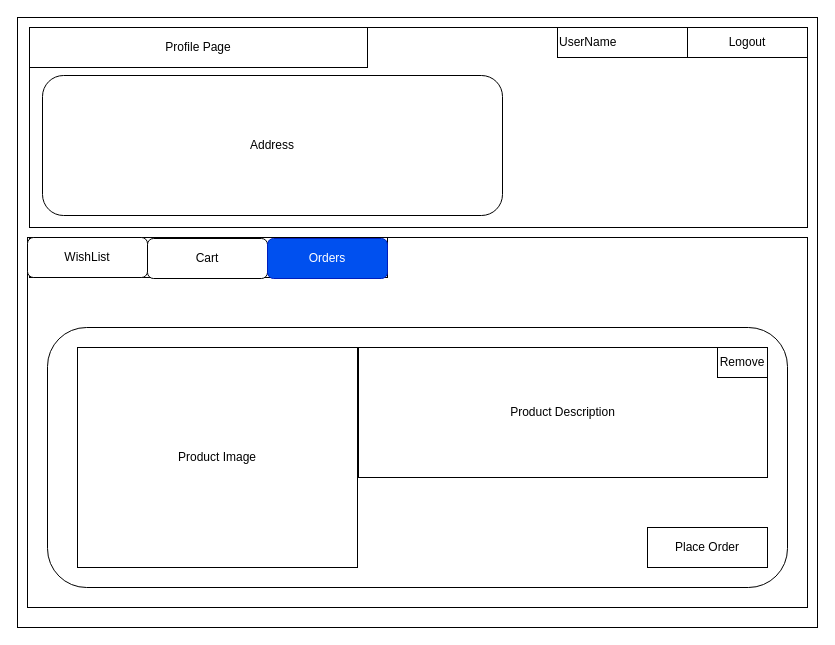
AlphacodelabsDemo/E-Commerce-App keeps this draw.io diagram as Orders-ms-wireframe.drawio. Above is the earlier version. Source tidied: cells renumbered, new cells numbered last; positions are measured from the earlier drawing's top-left corner, leaving out a move shared by most shapes. Both pictures are drawn from the tidied source at 100%, with x=0, y=0 at pixel (17, 17).
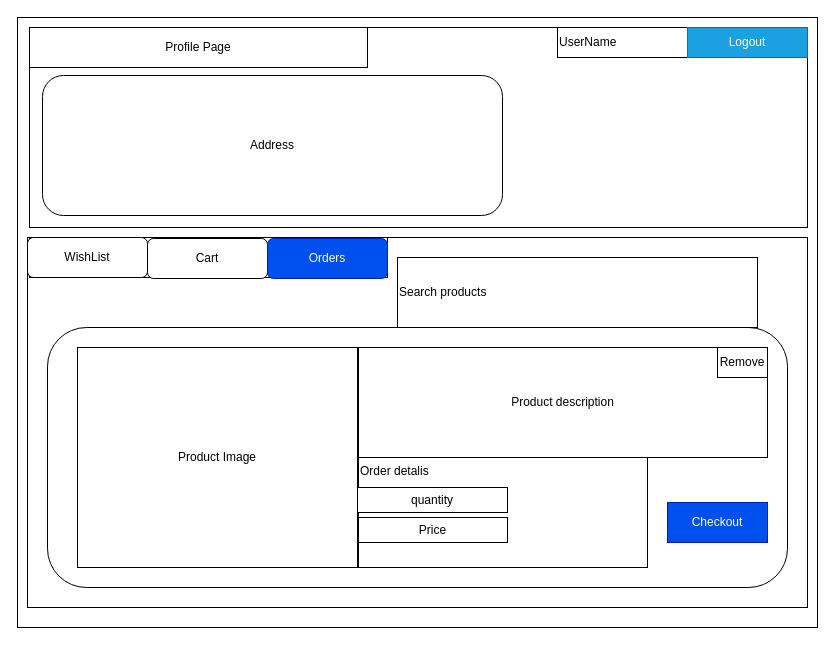
Above is the later version.

Change to the diagram source:
```diff
@@
-    <mxCell id="12" value="Product Description" style="rounded=0;whiteSpace=wrap;html=1;" parent="1" vertex="1">
-      <mxGeometry x="341" y="330" width="409" height="130" as="geometry" />
-    </mxCell>
+    <mxCell id="18" value="Product description" style="rounded=0;whiteSpace=wrap;html=1;" parent="1" vertex="1">
+      <mxGeometry x="341" y="330" width="409" height="110" as="geometry" />
+    </mxCell>
@@
+    <mxCell id="19" value="Checkout" style="rounded=0;whiteSpace=wrap;html=1;fillColor=#0050ef;fontColor=#ffffff;strokeColor=#001DBC;" parent="1" vertex="1">
+      <mxGeometry x="650" y="485" width="100" height="40" as="geometry" />
+    </mxCell>
+    <mxCell id="17" value="Remove" style="rounded=0;whiteSpace=wrap;html=1;fillColor=default;" parent="1" vertex="1">
+      <mxGeometry x="700" y="330" width="50" height="30" as="geometry" />
+    </mxCell>
+    <mxCell id="20" value="Order detalis" style="rounded=0;whiteSpace=wrap;html=1;verticalAlign=top;align=left;" parent="1" vertex="1">
+      <mxGeometry x="341" y="440" width="289" height="110" as="geometry" />
+    </mxCell>
-    <mxCell id="15" value="Logout" style="rounded=0;whiteSpace=wrap;html=1;" parent="1" vertex="1">
+    <mxCell id="15" value="Logout" style="rounded=0;whiteSpace=wrap;html=1;fillColor=#1ba1e2;strokeColor=#006EAF;fontColor=#ffffff;" parent="1" vertex="1">
       <mxGeometry x="670" y="10" width="120" height="30" as="geometry" />
     </mxCell>
-    <mxCell id="16" value="Place Order" style="rounded=0;whiteSpace=wrap;html=1;fillColor=default;" parent="1" vertex="1">
-      <mxGeometry x="630" y="510" width="120" height="40" as="geometry" />
-    </mxCell>
-    <mxCell id="17" value="Remove" style="rounded=0;whiteSpace=wrap;html=1;fillColor=default;" parent="1" vertex="1">
-      <mxGeometry x="700" y="330" width="50" height="30" as="geometry" />
-    </mxCell>
+    <mxCell id="21" value="Search products&amp;nbsp;" style="rounded=0;whiteSpace=wrap;html=1;align=left;" parent="1" vertex="1">
+      <mxGeometry x="380" y="240" width="360" height="70" as="geometry" />
+    </mxCell>
+    <mxCell id="22" value="quantity" style="rounded=0;whiteSpace=wrap;html=1;fillColor=default;" parent="1" vertex="1">
+      <mxGeometry x="340" y="470" width="150" height="25" as="geometry" />
+    </mxCell>
+    <mxCell id="23" value="Price" style="rounded=0;whiteSpace=wrap;html=1;fillColor=default;" parent="1" vertex="1">
+      <mxGeometry x="341" y="500" width="149" height="25" as="geometry" />
+    </mxCell>
```
